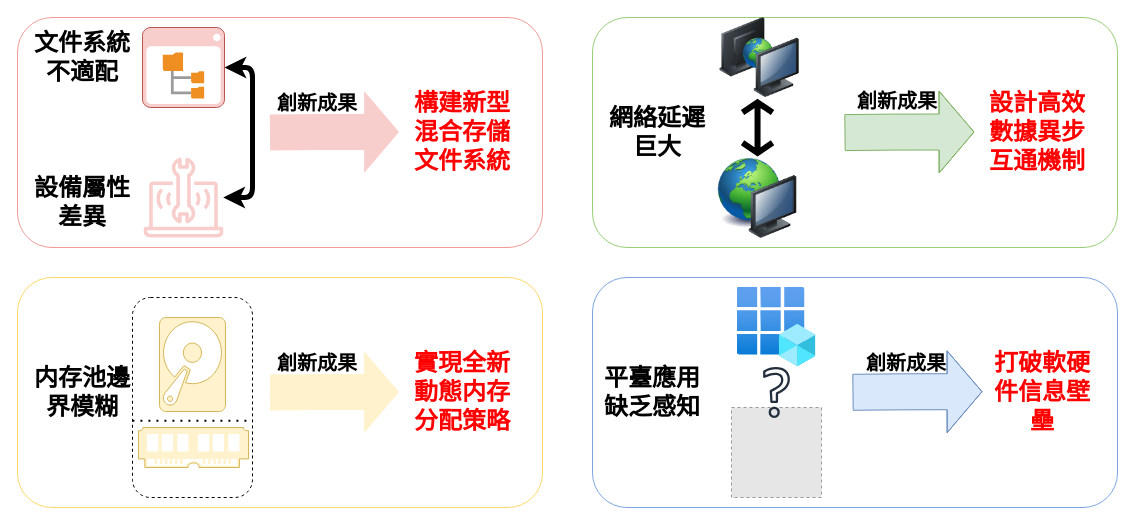
Above: 创新点.drawio in icszhr/aomenNVM (draw.io), before the change. Source tidied: cells renumbered, new cells numbered last; positions are measured from the earlier drawing's top-left corner, leaving out a move shared by most shapes. Both pictures are drawn from the tidied source at 100%, with x=0, y=0 at pixel (17, 17). Pictures stored in the file or linked from it are replaced by grey dashed boxes.
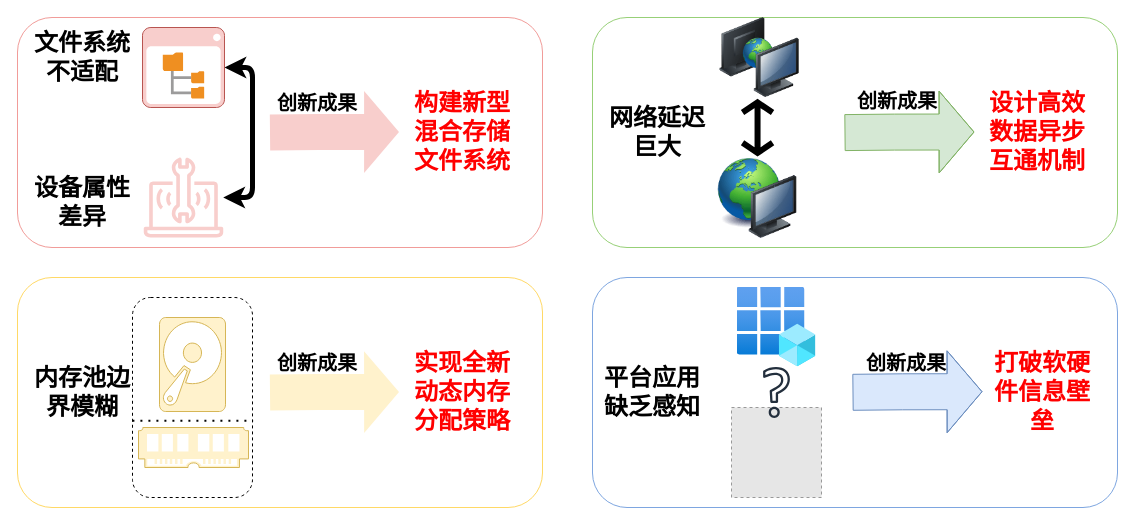
The same page after the edit.

Commit message:
更新创新点.drawio

Unchanged cells that the change refers to:
```xml
<mxCell id="18" style="group;" parent="1" vertex="1">
  <mxGeometry x="575" width="525" height="230" as="geometry" />
</mxCell>
```

What changed in the source:
```diff
@@
-    <mxCell id="4" value="&lt;span style=&quot;font-size: 24px;&quot;&gt;&lt;b&gt;文件系統不適配&lt;br&gt;&lt;br&gt;&lt;/b&gt;&lt;/span&gt;" style="rounded=0;whiteSpace=wrap;html=1;fillColor=none;strokeColor=none;" parent="1" vertex="1">
+    <mxCell id="4" value="&lt;span style=&quot;font-size: 24px;&quot;&gt;&lt;b&gt;文件系统不适配&lt;br&gt;&lt;br&gt;&lt;/b&gt;&lt;/span&gt;" style="rounded=0;whiteSpace=wrap;html=1;fillColor=none;strokeColor=none;" parent="1" vertex="1">
       <mxGeometry x="15" y="20" width="100" height="70" as="geometry" />
     </mxCell>
-    <mxCell id="5" value="&lt;b style=&quot;border-color: var(--border-color); font-size: 24px;&quot;&gt;&lt;font style=&quot;border-color: var(--border-color);&quot; color=&quot;#ff0000&quot;&gt;構建新型混合存儲文件系統&lt;/font&gt;&lt;/b&gt;&lt;span style=&quot;font-size: 24px;&quot;&gt;&lt;b&gt;&lt;br&gt;&lt;/b&gt;&lt;/span&gt;" style="rounded=0;whiteSpace=wrap;html=1;fillColor=none;strokeColor=none;" parent="1" vertex="1">
+    <mxCell id="5" value="&lt;b style=&quot;border-color: var(--border-color); font-size: 24px;&quot;&gt;&lt;font style=&quot;border-color: var(--border-color);&quot; color=&quot;#ff0000&quot;&gt;构建新型混合存储文件系统&lt;/font&gt;&lt;/b&gt;&lt;span style=&quot;font-size: 24px;&quot;&gt;&lt;b&gt;&lt;br&gt;&lt;/b&gt;&lt;/span&gt;" style="rounded=0;whiteSpace=wrap;html=1;fillColor=none;strokeColor=none;" parent="1" vertex="1">
       <mxGeometry x="395" y="40" width="100" height="150" as="geometry" />
     </mxCell>
@@
-    <mxCell id="9" value="&lt;span style=&quot;font-size: 24px;&quot;&gt;&lt;b&gt;設備屬性差異&lt;br&gt;&lt;/b&gt;&lt;/span&gt;" style="rounded=0;whiteSpace=wrap;html=1;fillColor=none;strokeColor=none;" parent="1" vertex="1">
+    <mxCell id="9" value="&lt;span style=&quot;font-size: 24px;&quot;&gt;&lt;b&gt;设备属性差异&lt;br&gt;&lt;/b&gt;&lt;/span&gt;" style="rounded=0;whiteSpace=wrap;html=1;fillColor=none;strokeColor=none;" parent="1" vertex="1">
       <mxGeometry x="15" y="150" width="100" height="70" as="geometry" />
     </mxCell>
@@
-    <mxCell id="15" value="&lt;span style=&quot;font-size: 24px;&quot;&gt;&lt;b&gt;内存池邊界模糊&lt;br&gt;&lt;/b&gt;&lt;/span&gt;" style="rounded=0;whiteSpace=wrap;html=1;fillColor=none;strokeColor=none;" parent="1" vertex="1">
+    <mxCell id="15" value="&lt;span style=&quot;font-size: 24px;&quot;&gt;&lt;b&gt;内存池边界模糊&lt;br&gt;&lt;/b&gt;&lt;/span&gt;" style="rounded=0;whiteSpace=wrap;html=1;fillColor=none;strokeColor=none;" parent="1" vertex="1">
       <mxGeometry x="15" y="340" width="100" height="70" as="geometry" />
     </mxCell>
@@
-    <mxCell id="17" value="&lt;b style=&quot;border-color: var(--border-color); font-size: 24px;&quot;&gt;&lt;font style=&quot;border-color: var(--border-color);&quot; color=&quot;#ff0000&quot;&gt;實現全新動態内存分配策略&lt;/font&gt;&lt;/b&gt;&lt;span style=&quot;font-size: 24px;&quot;&gt;&lt;b&gt;&lt;br&gt;&lt;/b&gt;&lt;/span&gt;" style="rounded=0;whiteSpace=wrap;html=1;fillColor=none;strokeColor=none;" parent="1" vertex="1">
+    <mxCell id="17" value="&lt;b style=&quot;border-color: var(--border-color); font-size: 24px;&quot;&gt;&lt;font style=&quot;border-color: var(--border-color);&quot; color=&quot;#ff0000&quot;&gt;实现全新动态内存分配策略&lt;/font&gt;&lt;/b&gt;&lt;span style=&quot;font-size: 24px;&quot;&gt;&lt;b&gt;&lt;br&gt;&lt;/b&gt;&lt;/span&gt;" style="rounded=0;whiteSpace=wrap;html=1;fillColor=none;strokeColor=none;" parent="1" vertex="1">
       <mxGeometry x="395" y="300" width="100" height="150" as="geometry" />
     </mxCell>
@@
-    <mxCell id="20" value="&lt;span style=&quot;font-size: 24px;&quot;&gt;&lt;b&gt;網絡延遲巨大&lt;br&gt;&lt;/b&gt;&lt;/span&gt;" style="rounded=0;whiteSpace=wrap;html=1;fillColor=none;strokeColor=none;" parent="18" vertex="1">
+    <mxCell id="20" value="&lt;span style=&quot;font-size: 24px;&quot;&gt;&lt;b&gt;网络延迟巨大&lt;br&gt;&lt;/b&gt;&lt;/span&gt;" style="rounded=0;whiteSpace=wrap;html=1;fillColor=none;strokeColor=none;" parent="18" vertex="1">
       <mxGeometry x="15" y="80" width="100" height="70" as="geometry" />
     </mxCell>
@@
-    <mxCell id="22" value="&lt;span style=&quot;font-size: 24px;&quot;&gt;&lt;b&gt;&lt;font color=&quot;#ff0000&quot;&gt;設計高效數據異步互通機制&lt;/font&gt;&lt;br&gt;&lt;/b&gt;&lt;/span&gt;" style="rounded=0;whiteSpace=wrap;html=1;fillColor=none;strokeColor=none;" parent="18" vertex="1">
+    <mxCell id="22" value="&lt;span style=&quot;font-size: 24px;&quot;&gt;&lt;b&gt;&lt;font color=&quot;#ff0000&quot;&gt;设计高效数据异步互通机制&lt;/font&gt;&lt;br&gt;&lt;/b&gt;&lt;/span&gt;" style="rounded=0;whiteSpace=wrap;html=1;fillColor=none;strokeColor=none;" parent="18" vertex="1">
       <mxGeometry x="395" y="40" width="100" height="150" as="geometry" />
     </mxCell>
@@
-    <mxCell id="26" value="&lt;b&gt;&lt;font style=&quot;font-size: 20px;&quot;&gt;創新成果&lt;/font&gt;&lt;/b&gt;" style="text;html=1;strokeColor=none;fillColor=none;align=center;verticalAlign=middle;whiteSpace=wrap;rounded=0;" parent="18" vertex="1">
+    <mxCell id="26" value="&lt;b&gt;&lt;font style=&quot;font-size: 20px;&quot;&gt;创新成果&lt;/font&gt;&lt;/b&gt;" style="text;html=1;strokeColor=none;fillColor=none;align=center;verticalAlign=middle;whiteSpace=wrap;rounded=0;" parent="18" vertex="1">
       <mxGeometry x="260" y="68.2" width="90" height="30" as="geometry" />
     </mxCell>
@@
-    <mxCell id="28" value="&lt;span style=&quot;font-size: 24px;&quot;&gt;&lt;b&gt;平臺應用缺乏感知&lt;br&gt;&lt;/b&gt;&lt;/span&gt;" style="rounded=0;whiteSpace=wrap;html=1;fillColor=none;strokeColor=none;" parent="1" vertex="1">
+    <mxCell id="28" value="&lt;span style=&quot;font-size: 24px;&quot;&gt;&lt;b&gt;平台应用缺乏感知&lt;br&gt;&lt;/b&gt;&lt;/span&gt;" style="rounded=0;whiteSpace=wrap;html=1;fillColor=none;strokeColor=none;" parent="1" vertex="1">
       <mxGeometry x="585" y="340" width="100" height="70" as="geometry" />
     </mxCell>
@@
-    <mxCell id="30" value="&lt;span style=&quot;font-size: 24px;&quot;&gt;&lt;b&gt;&lt;font color=&quot;#ff0000&quot;&gt;打破軟硬件信息壁壘&lt;/font&gt;&lt;br&gt;&lt;/b&gt;&lt;/span&gt;" style="rounded=0;whiteSpace=wrap;html=1;fillColor=none;strokeColor=none;" parent="1" vertex="1">
+    <mxCell id="30" value="&lt;span style=&quot;font-size: 24px;&quot;&gt;&lt;b&gt;&lt;font color=&quot;#ff0000&quot;&gt;打破软硬件信息壁垒&lt;/font&gt;&lt;br&gt;&lt;/b&gt;&lt;/span&gt;" style="rounded=0;whiteSpace=wrap;html=1;fillColor=none;strokeColor=none;" parent="1" vertex="1">
       <mxGeometry x="975" y="300" width="100" height="150" as="geometry" />
     </mxCell>
@@
-    <mxCell id="34" value="&lt;b&gt;&lt;font style=&quot;font-size: 20px;&quot;&gt;創新成果&lt;/font&gt;&lt;/b&gt;" style="text;html=1;strokeColor=none;fillColor=none;align=center;verticalAlign=middle;whiteSpace=wrap;rounded=0;" parent="1" vertex="1">
+    <mxCell id="34" value="&lt;b&gt;&lt;font style=&quot;font-size: 20px;&quot;&gt;创新成果&lt;/font&gt;&lt;/b&gt;" style="text;html=1;strokeColor=none;fillColor=none;align=center;verticalAlign=middle;whiteSpace=wrap;rounded=0;" parent="1" vertex="1">
       <mxGeometry x="255" y="70" width="90" height="30" as="geometry" />
     </mxCell>
-    <mxCell id="35" value="&lt;b&gt;&lt;font style=&quot;font-size: 20px;&quot;&gt;創新成果&lt;/font&gt;&lt;/b&gt;" style="text;html=1;strokeColor=none;fillColor=none;align=center;verticalAlign=middle;whiteSpace=wrap;rounded=0;" parent="1" vertex="1">
+    <mxCell id="35" value="&lt;b&gt;&lt;font style=&quot;font-size: 20px;&quot;&gt;创新成果&lt;/font&gt;&lt;/b&gt;" style="text;html=1;strokeColor=none;fillColor=none;align=center;verticalAlign=middle;whiteSpace=wrap;rounded=0;" parent="1" vertex="1">
       <mxGeometry x="844" y="330" width="90" height="30" as="geometry" />
     </mxCell>
-    <mxCell id="36" value="&lt;b&gt;&lt;font style=&quot;font-size: 20px;&quot;&gt;創新成果&lt;/font&gt;&lt;/b&gt;" style="text;html=1;strokeColor=none;fillColor=none;align=center;verticalAlign=middle;whiteSpace=wrap;rounded=0;" parent="1" vertex="1">
+    <mxCell id="36" value="&lt;b&gt;&lt;font style=&quot;font-size: 20px;&quot;&gt;创新成果&lt;/font&gt;&lt;/b&gt;" style="text;html=1;strokeColor=none;fillColor=none;align=center;verticalAlign=middle;whiteSpace=wrap;rounded=0;" parent="1" vertex="1">
       <mxGeometry x="255" y="330" width="90" height="30" as="geometry" />
     </mxCell>
```
